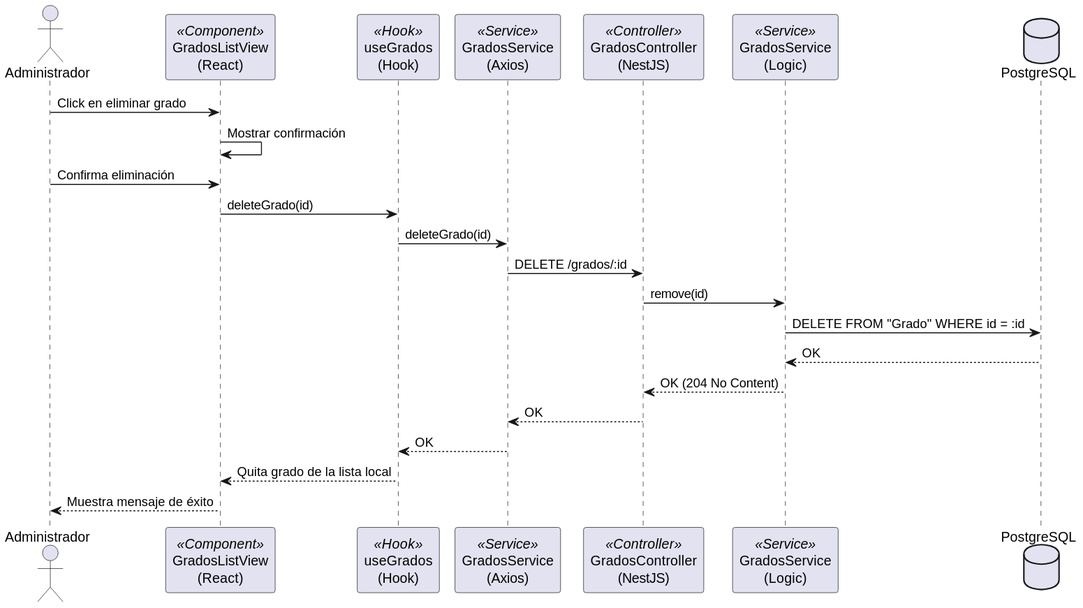
Alejandrojuarez0105/25-26-idsw2-sdVC keeps this PlantUML diagram as images/02-diseño/casos-uso/0-Administrador/eliminarGrado/secuencia-diseño.svg. Above is the earlier version. Its diagram source:
```plantuml
@startuml
skinparam shadowing false

actor Administrador
participant "GradosListView\n(React)" as UI <<Component>>
participant "useGrados\n(Hook)" as Hook <<Hook>>
participant "GradosService\n(Axios)" as FService <<Service>>
participant "GradosController\n(NestJS)" as Controller <<Controller>>
participant "GradosService\n(Logic)" as BService <<Service>>
database "PostgreSQL" as DB

Administrador -> UI : Click en eliminar grado
UI -> UI : Mostrar confirmación
Administrador -> UI : Confirma eliminación
UI -> Hook : deleteGrado(id)
Hook -> FService : deleteGrado(id)
FService -> Controller : DELETE /grados/:id
Controller -> BService : remove(id)
BService -> DB : DELETE FROM "Grado" WHERE id = :id
DB --> BService : OK
BService --> Controller : OK (204 No Content)
Controller --> FService : OK
FService --> Hook : OK
Hook --> UI : Quita grado de la lista local
UI --> Administrador : Muestra mensaje de éxito
@enduml
```
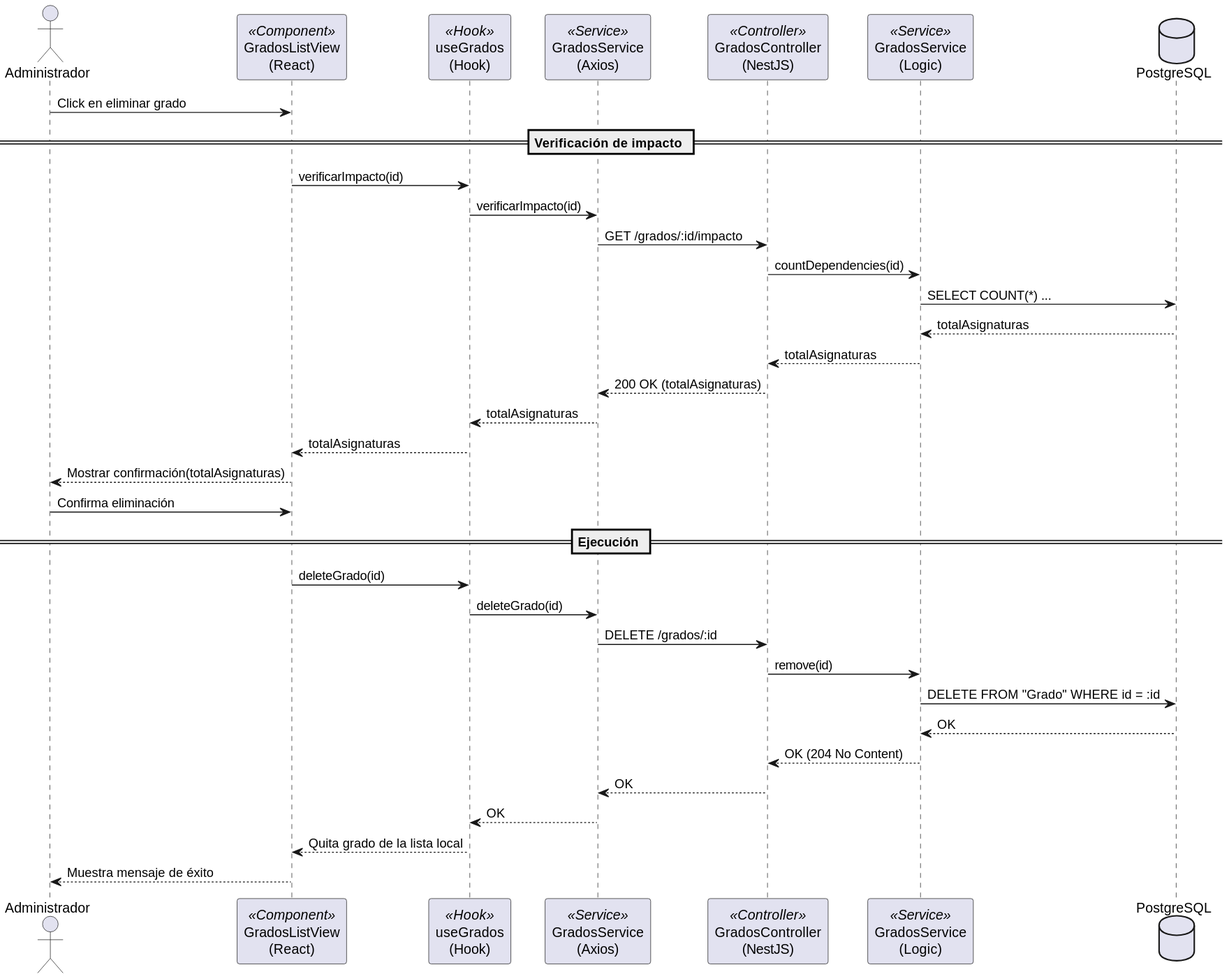
After the commit.

What changed in the source:
```diff
@@ -10,8 +10,25 @@
 database "PostgreSQL" as DB
 
 Administrador -> UI : Click en eliminar grado
-UI -> UI : Mostrar confirmación
+
+== Verificación de impacto ==
+
+UI -> Hook : verificarImpacto(id)
+Hook -> FService : verificarImpacto(id)
+FService -> Controller : GET /grados/:id/impacto
+Controller -> BService : countDependencies(id)
+BService -> DB : SELECT COUNT(*) ...
+DB --> BService : totalAsignaturas
+BService --> Controller : totalAsignaturas
+Controller --> FService : 200 OK (totalAsignaturas)
+FService --> Hook : totalAsignaturas
+Hook --> UI : totalAsignaturas
+UI --> Administrador : Mostrar confirmación(totalAsignaturas)
+
 Administrador -> UI : Confirma eliminación
+
+== Ejecución ==
+
 UI -> Hook : deleteGrado(id)
 Hook -> FService : deleteGrado(id)
 FService -> Controller : DELETE /grados/:id
```
